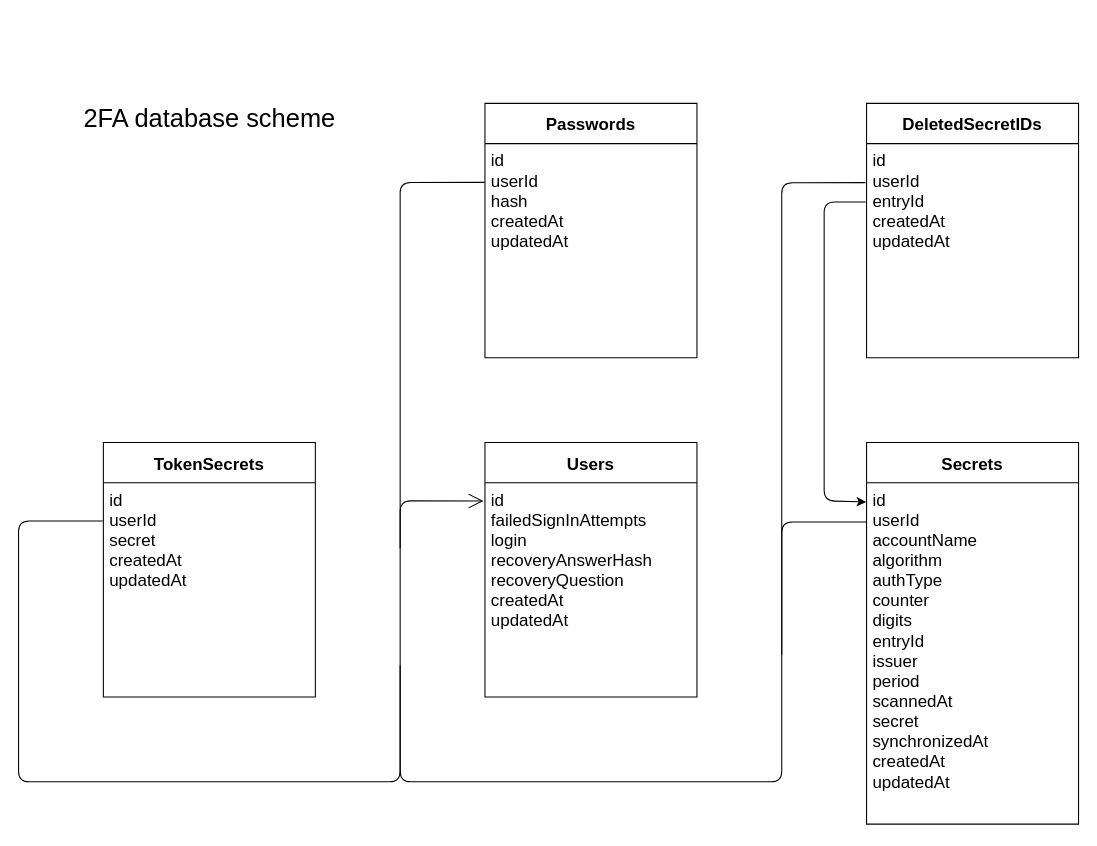
Earlier version of the draw.io diagram 2fa-database.drawio (peterdee/2fa-backend). Source tidied: cells renumbered, new cells numbered last; positions are measured from the earlier drawing's top-left corner, leaving out a move shared by most shapes. Both pictures are drawn from the tidied source at 106%, with x=0, y=0 at pixel (18, 103).
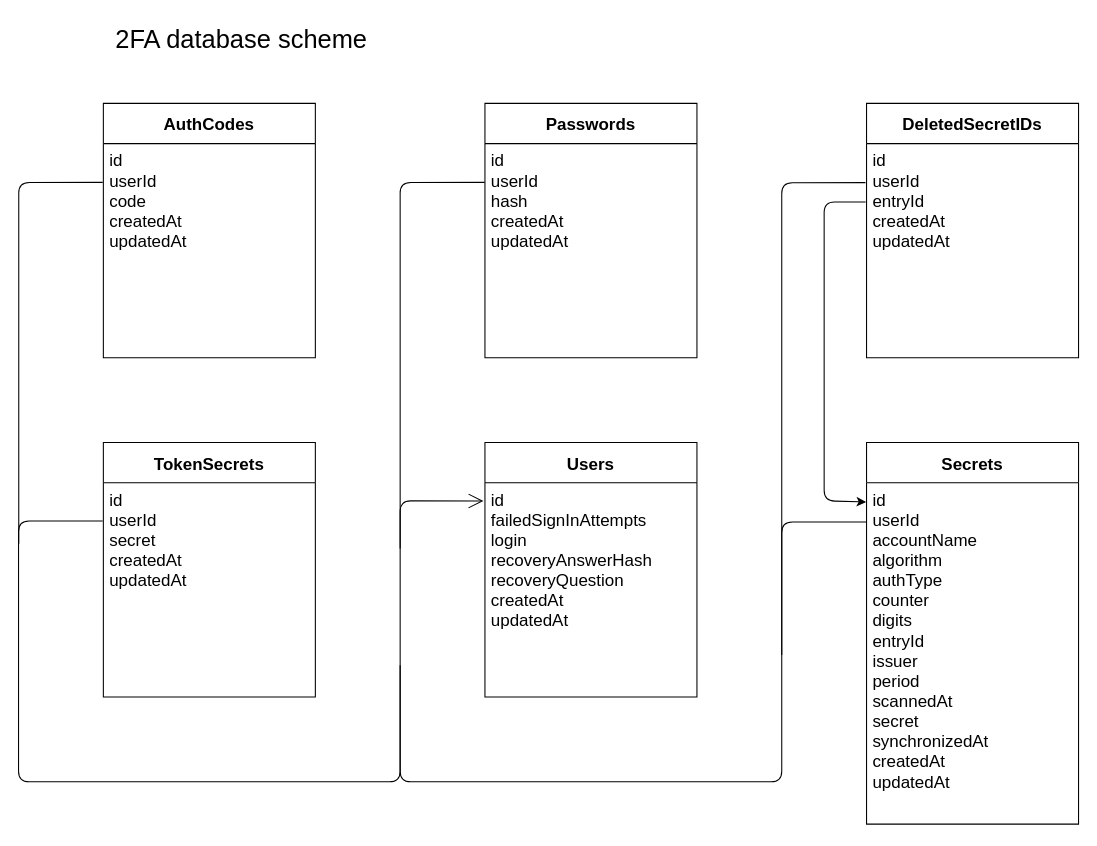
After the change.

Commit message (it also covers changes not shown here):
Add AuthCodes model

The edit, as a diff of the source:
```diff
@@
-    <mxCell id="13" value="&lt;font style=&quot;font-size: 24px&quot;&gt;2FA database scheme&lt;/font&gt;" style="text;html=1;align=center;verticalAlign=middle;fontSize=16;" parent="1" vertex="1">
-      <mxGeometry x="55" width="250" height="30" as="geometry" />
+    <mxCell id="13" value="&lt;font style=&quot;font-size: 24px;&quot;&gt;2FA database scheme&lt;/font&gt;" style="text;html=1;align=center;verticalAlign=middle;fontSize=24;" parent="1" vertex="1">
+      <mxGeometry x="80" y="-80" width="260" height="40" as="geometry" />
     </mxCell>
@@
+    <mxCell id="18" value="AuthCodes" style="swimlane;fontStyle=1;horizontal=1;startSize=38;glass=0;rounded=0;comic=0;shadow=0;fontSize=16;align=center;" parent="1" vertex="1">
+      <mxGeometry x="80" width="200" height="240" as="geometry" />
+    </mxCell>
+    <mxCell id="19" value="id&#10;userId&#10;code&#10;createdAt&#10;updatedAt" style="text;align=left;verticalAlign=top;spacingLeft=4;spacingRight=4;overflow=hidden;points=[[0,0.5],[1,0.5]];portConstraint=eastwest;fontSize=16;fillColor=none;" parent="18" vertex="1">
+      <mxGeometry y="38" width="200" height="202" as="geometry" />
+    </mxCell>
+    <mxCell id="20" style="endArrow=none;html=1;edgeStyle=orthogonalEdgeStyle;fontSize=16;exitX=-0.003;exitY=0.181;exitDx=0;exitDy=0;exitPerimeter=0;" parent="1" edge="1" source="19">
+      <mxGeometry relative="1" as="geometry">
+        <mxPoint x="0.2" y="415.4" as="targetPoint" />
+        <Array as="points">
+          <mxPoint y="75" />
+        </Array>
+      </mxGeometry>
+    </mxCell>
```
